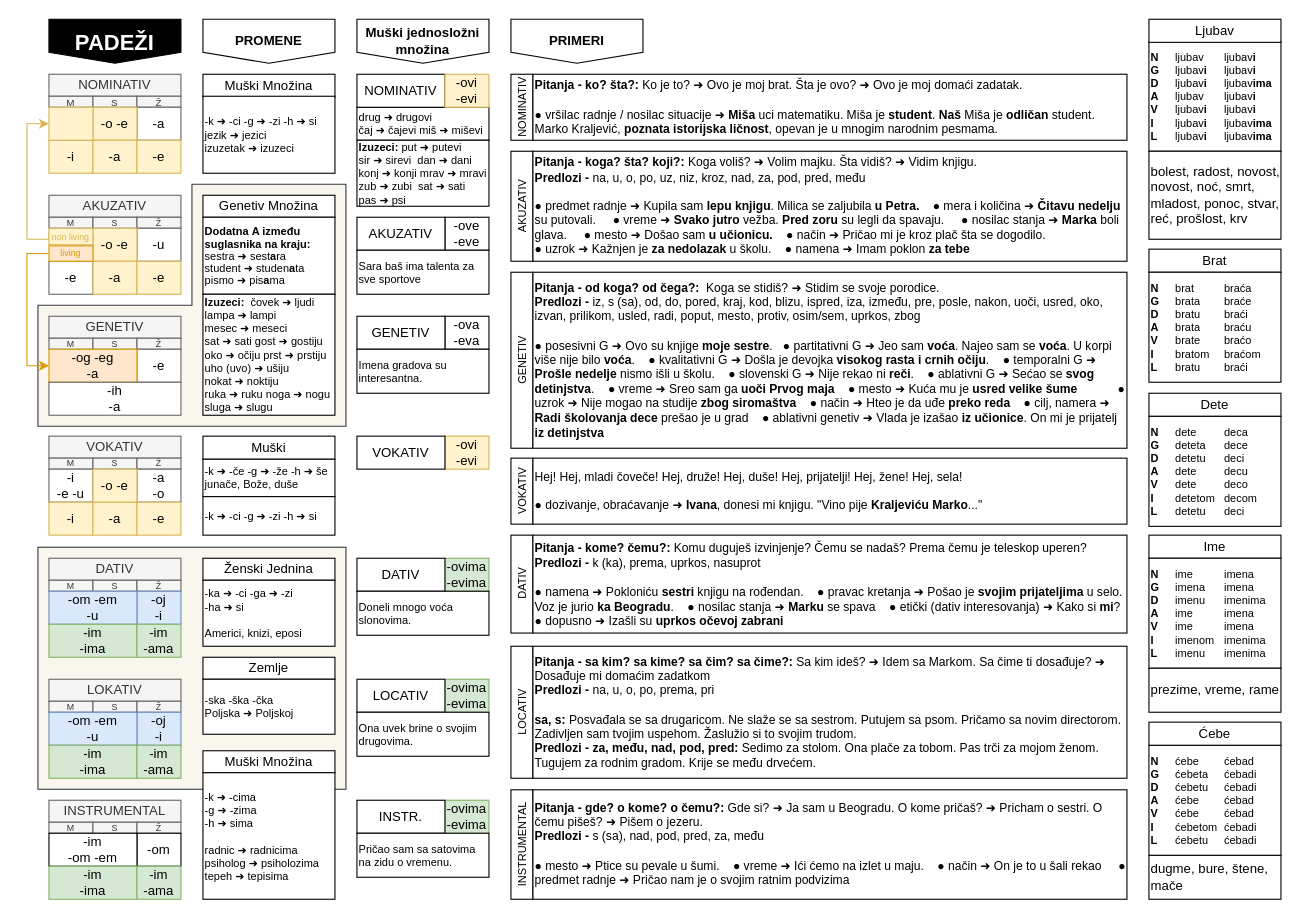
Above: draws/padezi.drawio in vlandivir/srpski (draw.io), before the change. Source tidied: cells renumbered, new cells numbered last; positions are measured from the earlier drawing's top-left corner, leaving out a move shared by most shapes. Both pictures are drawn from the tidied source at 110%, with x=0, y=0 at pixel (26, 19).
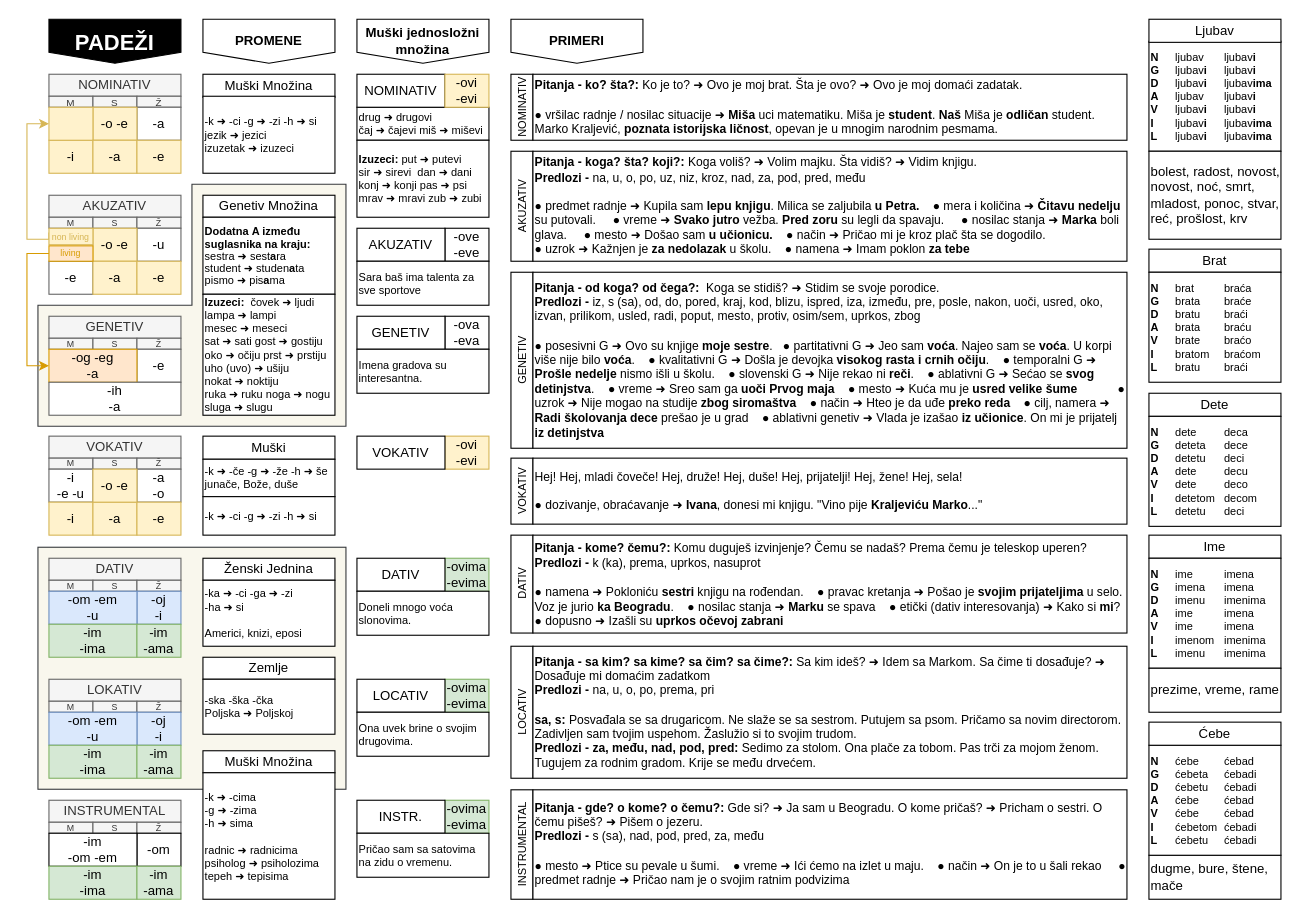
Above is the later version.

The edit, as a diff of the source:
```diff
@@
     <mxCell id="67" value="-ove&lt;br&gt;-eve" style="rounded=0;whiteSpace=wrap;html=1;" parent="1" vertex="1">
-      <mxGeometry x="380" y="180" width="40" height="30" as="geometry" />
+      <mxGeometry x="380" y="190" width="40" height="30" as="geometry" />
     </mxCell>
@@
-    <mxCell id="93" value="&lt;b&gt;Izuzeci: &lt;/b&gt;put ➜ putevi&lt;br&gt;sir ➜ sirevi&amp;nbsp; dan ➜ dani&lt;br&gt;konj ➜ konji mrav ➜ mravi&lt;br&gt;zub ➜ zubi&amp;nbsp; sat ➜ sati &lt;br&gt;pas ➜ psi" style="rounded=0;whiteSpace=wrap;html=1;align=left;fontSize=10;" parent="1" vertex="1">
-      <mxGeometry x="300" y="110" width="120" height="60" as="geometry" />
+    <mxCell id="93" value="&lt;b&gt;Izuzeci: &lt;/b&gt;put ➜ putevi&lt;br&gt;sir ➜ sirevi&amp;nbsp; dan ➜ dani&lt;br&gt;konj ➜ konji pas ➜ psi&lt;br&gt;mrav ➜ mravi zub ➜ zubi" style="rounded=0;whiteSpace=wrap;html=1;align=left;fontSize=10;" parent="1" vertex="1">
+      <mxGeometry x="300" y="110" width="120" height="70" as="geometry" />
     </mxCell>
@@
     <mxCell id="109" value="AKUZATIV" style="rounded=0;whiteSpace=wrap;html=1;" parent="1" vertex="1">
-      <mxGeometry x="300" y="180" width="80" height="30" as="geometry" />
+      <mxGeometry x="300" y="190" width="80" height="30" as="geometry" />
     </mxCell>
@@
     <mxCell id="112" value="Sara baš ima talenta za sve sportove" style="rounded=0;whiteSpace=wrap;html=1;align=left;fontSize=10;" parent="1" vertex="1">
-      <mxGeometry x="300" y="210" width="120" height="40" as="geometry" />
+      <mxGeometry x="300" y="220" width="120" height="40" as="geometry" />
     </mxCell>
```
